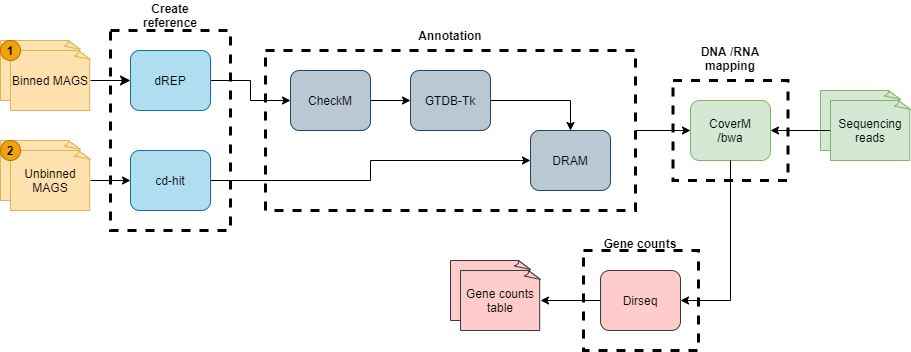
Above: metaT_pipeline_graph.png in Coayala/metaT_pipe (draw.io), before the change. Source tidied: cells renumbered, new cells last; positions are measured from the earlier drawing's top-left corner, leaving out a move shared by most shapes. Its diagram source:
```xml
<mxGraphModel>
  <root>
    <mxCell id="0" />
    <mxCell id="1" parent="0" />
    <mxCell id="2" style="whiteSpace=wrap;html=1;shape=mxgraph.basic.document;fillColor=#ffcccc;strokeColor=#36393d;" parent="1" vertex="1">
      <mxGeometry x="450" y="260" width="80" height="60" as="geometry" />
    </mxCell>
    <mxCell id="3" style="whiteSpace=wrap;html=1;shape=mxgraph.basic.document;fillColor=#FFE1AD;strokeColor=#d6b656;" parent="1" vertex="1">
      <mxGeometry y="140" width="80" height="60" as="geometry" />
    </mxCell>
    <mxCell id="4" style="whiteSpace=wrap;html=1;shape=mxgraph.basic.document;fillColor=#FFE1AD;strokeColor=#d6b656;" parent="1" vertex="1">
      <mxGeometry y="40" width="80" height="60" as="geometry" />
    </mxCell>
    <mxCell id="5" style="edgeStyle=none;curved=1;rounded=0;jettySize=auto;html=1;entryX=0;entryY=0.5;entryDx=0;entryDy=0;endArrow=classic;startSize=14;endSize=8;sourcePerimeterSpacing=8;targetPerimeterSpacing=8;exitX=1;exitY=0.5;exitDx=0;exitDy=0;exitPerimeter=0;endFill=1;" parent="1" edge="1" source="6" target="9">
      <mxGeometry relative="1" as="geometry" />
    </mxCell>
    <mxCell id="6" value="Binned MAGS" style="whiteSpace=wrap;html=1;shape=mxgraph.basic.document;fillColor=#FFE1AD;strokeColor=#d6b656;" parent="1" vertex="1">
      <mxGeometry x="10" y="50" width="80" height="60" as="geometry" />
    </mxCell>
    <mxCell id="7" style="rounded=0;whiteSpace=wrap;html=1;fillColor=none;strokeWidth=3;dashed=1;align=center;" parent="1" vertex="1">
      <mxGeometry x="110" y="30" width="120" height="200" as="geometry" />
    </mxCell>
    <mxCell id="8" style="edgeStyle=orthogonalEdgeStyle;rounded=0;jettySize=auto;html=1;exitX=1;exitY=0.5;exitDx=0;exitDy=0;entryX=0;entryY=0.5;entryDx=0;entryDy=0;startArrow=none;startFill=0;endArrow=classic;endFill=1;" parent="1" edge="1" source="9" target="26">
      <mxGeometry relative="1" as="geometry" />
    </mxCell>
    <mxCell id="9" value="dREP" style="rounded=1;whiteSpace=wrap;html=1;strokeWidth=1;fillColor=#b1ddf0;strokeColor=#10739e;" parent="1" vertex="1">
      <mxGeometry x="130" y="50" width="80" height="60" as="geometry" />
    </mxCell>
    <mxCell id="10" value="Create reference" style="text;html=1;strokeColor=none;fillColor=none;align=center;verticalAlign=middle;whiteSpace=wrap;rounded=0;fontStyle=1;" parent="1" vertex="1">
      <mxGeometry x="135" width="70" height="30" as="geometry" />
    </mxCell>
    <mxCell id="11" value="Annotation" style="text;html=1;strokeColor=none;fillColor=none;align=center;verticalAlign=middle;whiteSpace=wrap;rounded=0;fontStyle=1;" parent="1" vertex="1">
      <mxGeometry x="410" y="20" width="80" height="30" as="geometry" />
    </mxCell>
    <mxCell id="12" value="&lt;span&gt;CoverM&lt;br&gt;/bwa&lt;br&gt;&lt;/span&gt;" style="rounded=1;whiteSpace=wrap;html=1;strokeWidth=1;align=center;fillColor=#d5e8d4;strokeColor=#82b366;" parent="1" vertex="1">
      <mxGeometry x="690" y="100" width="80" height="60" as="geometry" />
    </mxCell>
    <mxCell id="13" value="Assembled contigs" style="whiteSpace=wrap;html=1;shape=mxgraph.basic.document;fillColor=#d5e8d4;strokeColor=#82b366;" parent="1" vertex="1">
      <mxGeometry x="820" y="90" width="80" height="60" as="geometry" />
    </mxCell>
    <mxCell id="14" style="edgeStyle=orthogonalEdgeStyle;rounded=0;jettySize=auto;html=1;exitX=0;exitY=0.5;exitDx=0;exitDy=0;exitPerimeter=0;entryX=1;entryY=0.5;entryDx=0;entryDy=0;" parent="1" edge="1" source="15" target="12">
      <mxGeometry relative="1" as="geometry" />
    </mxCell>
    <mxCell id="15" value="Sequencing reads" style="whiteSpace=wrap;html=1;shape=mxgraph.basic.document;fillColor=#d5e8d4;strokeColor=#82b366;" parent="1" vertex="1">
      <mxGeometry x="830" y="100" width="80" height="60" as="geometry" />
    </mxCell>
    <mxCell id="16" value="&lt;span&gt;DRAM&lt;br&gt;&lt;/span&gt;" style="rounded=1;whiteSpace=wrap;html=1;strokeWidth=1;align=center;fillColor=#bac8d3;strokeColor=#23445d;" parent="1" vertex="1">
      <mxGeometry x="530" y="130" width="80" height="60" as="geometry" />
    </mxCell>
    <mxCell id="17" style="edgeStyle=orthogonalEdgeStyle;rounded=0;jettySize=auto;html=1;exitX=1;exitY=0.5;exitDx=0;exitDy=0;exitPerimeter=0;entryX=0;entryY=0.5;entryDx=0;entryDy=0;" parent="1" edge="1" source="18" target="20">
      <mxGeometry relative="1" as="geometry" />
    </mxCell>
    <mxCell id="18" value="Unbinned MAGS" style="whiteSpace=wrap;html=1;shape=mxgraph.basic.document;fillColor=#FFE1AD;strokeColor=#d6b656;" parent="1" vertex="1">
      <mxGeometry x="10" y="150" width="80" height="60" as="geometry" />
    </mxCell>
    <mxCell id="19" style="edgeStyle=orthogonalEdgeStyle;rounded=0;jettySize=auto;html=1;exitX=1;exitY=0.5;exitDx=0;exitDy=0;startArrow=none;startFill=0;endArrow=classic;endFill=1;" parent="1" edge="1" source="20" target="16">
      <mxGeometry relative="1" as="geometry" />
    </mxCell>
    <mxCell id="20" value="cd-hit" style="rounded=1;whiteSpace=wrap;html=1;strokeWidth=1;fillColor=#b1ddf0;strokeColor=#10739e;" parent="1" vertex="1">
      <mxGeometry x="130" y="150" width="80" height="60" as="geometry" />
    </mxCell>
    <mxCell id="21" value="&lt;b&gt;1&lt;/b&gt;" style="ellipse;whiteSpace=wrap;html=1;fillColor=#f0a30a;strokeColor=#BD7000;fontColor=#000000;" parent="1" vertex="1">
      <mxGeometry y="40" width="20" height="20" as="geometry" />
    </mxCell>
    <mxCell id="22" value="&lt;b&gt;2&lt;/b&gt;" style="ellipse;whiteSpace=wrap;html=1;fillColor=#f0a30a;fontColor=#000000;strokeColor=#BD7000;" parent="1" vertex="1">
      <mxGeometry y="140" width="20" height="20" as="geometry" />
    </mxCell>
    <mxCell id="23" style="edgeStyle=orthogonalEdgeStyle;rounded=0;jettySize=auto;html=1;exitX=1;exitY=0.5;exitDx=0;exitDy=0;entryX=0;entryY=0.5;entryDx=0;entryDy=0;startArrow=none;startFill=0;endArrow=classic;endFill=1;" parent="1" edge="1" source="24" target="12">
      <mxGeometry relative="1" as="geometry" />
    </mxCell>
    <mxCell id="24" style="rounded=0;whiteSpace=wrap;html=1;fillColor=none;strokeWidth=3;dashed=1;align=center;" parent="1" vertex="1">
      <mxGeometry x="265" y="50" width="370" height="160" as="geometry" />
    </mxCell>
    <mxCell id="25" style="edgeStyle=orthogonalEdgeStyle;rounded=0;jettySize=auto;html=1;exitX=1;exitY=0.5;exitDx=0;exitDy=0;entryX=0;entryY=0.5;entryDx=0;entryDy=0;startArrow=none;startFill=0;endArrow=classic;endFill=1;" parent="1" edge="1" source="26" target="28">
      <mxGeometry relative="1" as="geometry" />
    </mxCell>
    <mxCell id="26" value="&lt;span&gt;CheckM&lt;br&gt;&lt;/span&gt;" style="rounded=1;whiteSpace=wrap;html=1;strokeWidth=1;align=center;fillColor=#bac8d3;strokeColor=#23445d;" parent="1" vertex="1">
      <mxGeometry x="290" y="70" width="80" height="60" as="geometry" />
    </mxCell>
    <mxCell id="27" style="edgeStyle=orthogonalEdgeStyle;rounded=0;jettySize=auto;html=1;exitX=1;exitY=0.5;exitDx=0;exitDy=0;entryX=0.5;entryY=0;entryDx=0;entryDy=0;startArrow=none;startFill=0;endArrow=classic;endFill=1;" parent="1" edge="1" source="28" target="16">
      <mxGeometry relative="1" as="geometry" />
    </mxCell>
    <mxCell id="28" value="&lt;span&gt;GTDB-Tk&lt;br&gt;&lt;/span&gt;" style="rounded=1;whiteSpace=wrap;html=1;strokeWidth=1;align=center;fillColor=#bac8d3;strokeColor=#23445d;" parent="1" vertex="1">
      <mxGeometry x="410" y="70" width="80" height="60" as="geometry" />
    </mxCell>
    <mxCell id="29" value="DNA /RNA mapping" style="text;html=1;strokeColor=none;fillColor=none;align=center;verticalAlign=middle;whiteSpace=wrap;rounded=0;fontStyle=1;" parent="1" vertex="1">
      <mxGeometry x="690" y="40" width="80" height="35" as="geometry" />
    </mxCell>
    <mxCell id="30" style="rounded=0;whiteSpace=wrap;html=1;fillColor=none;strokeWidth=3;dashed=1;align=center;" parent="1" vertex="1">
      <mxGeometry x="672.5" y="80" width="115" height="100" as="geometry" />
    </mxCell>
    <mxCell id="31" style="rounded=0;whiteSpace=wrap;html=1;fillColor=none;strokeWidth=3;dashed=1;align=center;" parent="1" vertex="1">
      <mxGeometry x="583" y="250" width="115" height="100" as="geometry" />
    </mxCell>
    <mxCell id="32" style="edgeStyle=orthogonalEdgeStyle;rounded=0;jettySize=auto;html=1;exitX=1;exitY=0.5;exitDx=0;exitDy=0;entryX=0.5;entryY=1;entryDx=0;entryDy=0;startArrow=classic;startFill=1;endArrow=none;endFill=0;" parent="1" edge="1" source="34" target="12">
      <mxGeometry relative="1" as="geometry" />
    </mxCell>
    <mxCell id="33" style="edgeStyle=orthogonalEdgeStyle;rounded=0;jettySize=auto;html=1;exitX=0;exitY=0.5;exitDx=0;exitDy=0;startArrow=none;startFill=0;endArrow=classic;endFill=1;" parent="1" edge="1" source="34" target="36">
      <mxGeometry relative="1" as="geometry" />
    </mxCell>
    <mxCell id="34" value="&lt;span&gt;Dirseq&lt;br&gt;&lt;/span&gt;" style="rounded=1;whiteSpace=wrap;html=1;strokeWidth=1;align=center;fillColor=#ffcccc;strokeColor=#36393d;" parent="1" vertex="1">
      <mxGeometry x="600" y="270" width="80" height="60" as="geometry" />
    </mxCell>
    <mxCell id="35" value="Gene counts" style="text;html=1;strokeColor=none;fillColor=none;align=center;verticalAlign=middle;whiteSpace=wrap;rounded=0;fontStyle=1;" parent="1" vertex="1">
      <mxGeometry x="600" y="225" width="80" height="35" as="geometry" />
    </mxCell>
    <mxCell id="36" value="Gene counts table" style="whiteSpace=wrap;html=1;shape=mxgraph.basic.document;fillColor=#ffcccc;strokeColor=#36393d;" parent="1" vertex="1">
      <mxGeometry x="460" y="270" width="80" height="60" as="geometry" />
    </mxCell>
  </root>
</mxGraphModel>
```
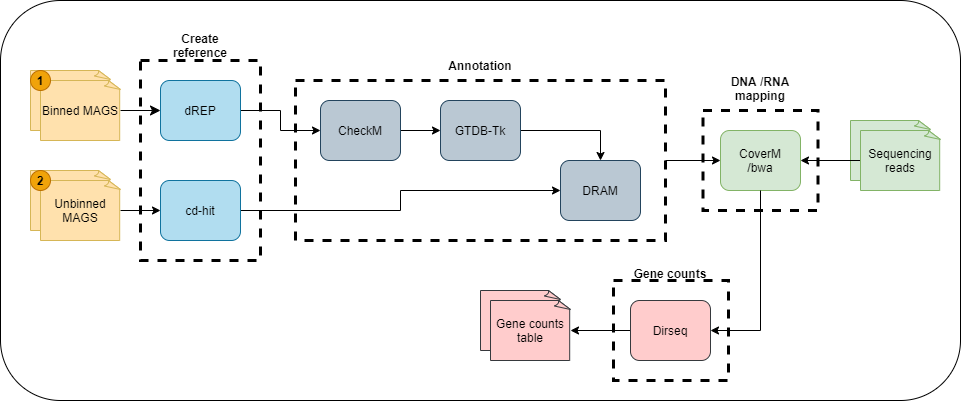
The same diagram one commit later.

Diff of the diagram source:
```diff
@@ -2,6 +2,9 @@
   <root>
     <mxCell id="0" />
     <mxCell id="1" parent="0" />
+    <mxCell id="37" style="rounded=1;whiteSpace=wrap;html=1;" parent="1" vertex="1">
+      <mxGeometry x="-30" y="-30" width="960" height="400" as="geometry" />
+    </mxCell>
     <mxCell id="2" style="whiteSpace=wrap;html=1;shape=mxgraph.basic.document;fillColor=#ffcccc;strokeColor=#36393d;" parent="1" vertex="1">
       <mxGeometry x="450" y="260" width="80" height="60" as="geometry" />
     </mxCell>
```
